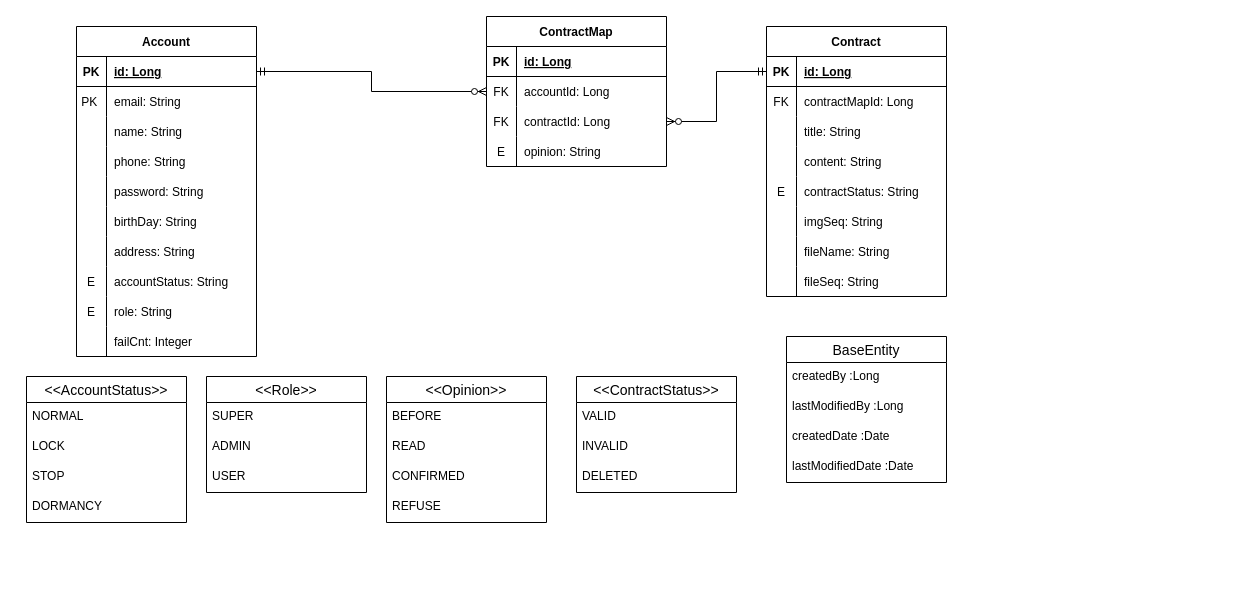
Above: withAPI.drawio in yline0808/withAPI (draw.io), before the change. Source tidied: cells renumbered, new cells numbered last; positions are measured from the earlier drawing's top-left corner, leaving out a move shared by most shapes. Both pictures are drawn from the tidied source at 100%, with x=0, y=0 at pixel (26, 16).
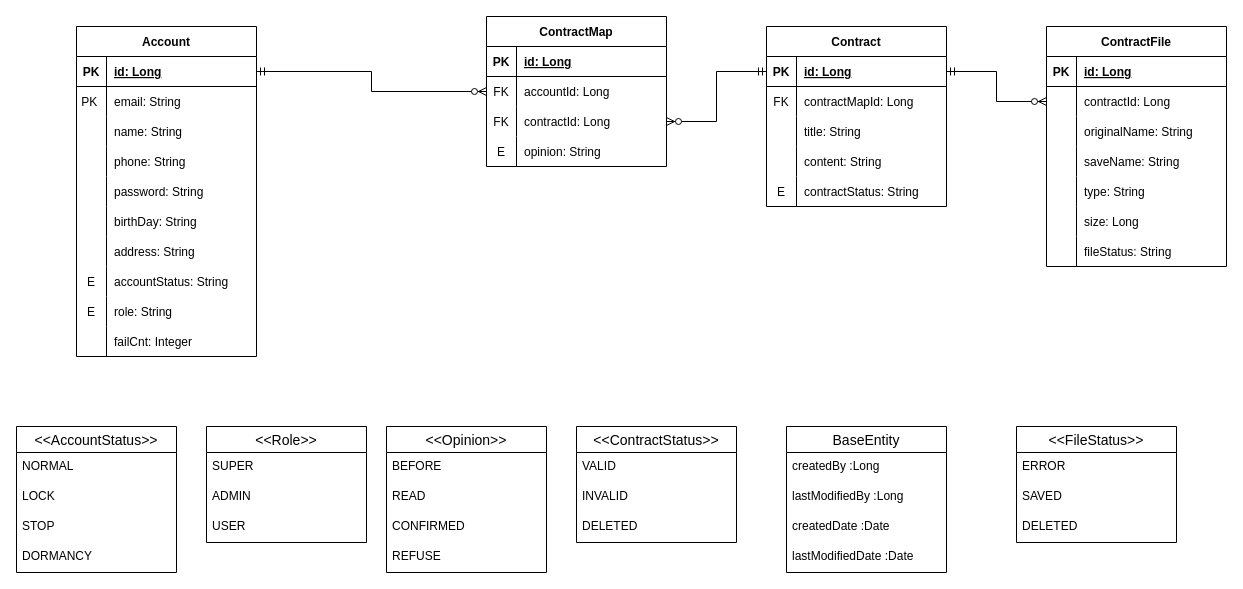
The same page after the edit.

The change refers to these unchanged cells:
```xml
<mxCell id="34" style="shape=tableRow;horizontal=0;startSize=0;swimlaneHead=0;swimlaneBody=0;fillColor=none;points=[[0,0.5],[1,0.5]];portConstraint=eastwest;top=0;left=0;right=0;bottom=1;" parent="33" vertex="1">
  <mxGeometry y="30" width="180" height="30" as="geometry" />
</mxCell>
```

What changed in the source:
```diff
@@
     <mxCell id="33" value="Contract" style="shape=table;startSize=30;childLayout=tableLayout;rowLines=0;fontStyle=1;align=center;" parent="1" vertex="1">
-      <mxGeometry x="740" y="10" width="180" height="270" as="geometry" />
+      <mxGeometry x="740" y="10" width="180" height="180" as="geometry" />
     </mxCell>
@@
-    <mxCell id="49" style="shape=tableRow;horizontal=0;startSize=0;swimlaneHead=0;swimlaneBody=0;fillColor=none;top=0;left=0;right=0;bottom=0;" parent="33" vertex="1">
-      <mxGeometry y="180" width="180" height="30" as="geometry" />
-    </mxCell>
-    <mxCell id="50" style="shape=partialRectangle;fillColor=none;top=0;left=0;bottom=0;right=0;overflow=hidden;" parent="49" vertex="1">
-      <mxGeometry width="30" height="30" as="geometry" />
-    </mxCell>
-    <mxCell id="51" value="imgSeq: String" style="shape=partialRectangle;fillColor=none;top=0;left=0;bottom=0;right=0;align=left;spacingLeft=6;overflow=hidden;" parent="49" vertex="1">
-      <mxGeometry x="30" width="150" height="30" as="geometry" />
-    </mxCell>
-    <mxCell id="52" style="shape=tableRow;horizontal=0;startSize=0;swimlaneHead=0;swimlaneBody=0;fillColor=none;top=0;left=0;right=0;bottom=0;" parent="33" vertex="1">
-      <mxGeometry y="210" width="180" height="30" as="geometry" />
-    </mxCell>
-    <mxCell id="53" style="shape=partialRectangle;fillColor=none;top=0;left=0;bottom=0;right=0;overflow=hidden;" parent="52" vertex="1">
-      <mxGeometry width="30" height="30" as="geometry" />
-    </mxCell>
-    <mxCell id="54" value="fileName: String" style="shape=partialRectangle;fillColor=none;top=0;left=0;bottom=0;right=0;align=left;spacingLeft=6;overflow=hidden;" parent="52" vertex="1">
-      <mxGeometry x="30" width="150" height="30" as="geometry" />
-    </mxCell>
-    <mxCell id="55" style="shape=tableRow;horizontal=0;startSize=0;swimlaneHead=0;swimlaneBody=0;fillColor=none;top=0;left=0;right=0;bottom=0;" parent="33" vertex="1">
-      <mxGeometry y="240" width="180" height="30" as="geometry" />
-    </mxCell>
-    <mxCell id="56" style="shape=partialRectangle;fillColor=none;top=0;left=0;bottom=0;right=0;overflow=hidden;" parent="55" vertex="1">
-      <mxGeometry width="30" height="30" as="geometry" />
-    </mxCell>
-    <mxCell id="57" value="fileSeq: String" style="shape=partialRectangle;fillColor=none;top=0;left=0;bottom=0;right=0;align=left;spacingLeft=6;overflow=hidden;" parent="55" vertex="1">
-      <mxGeometry x="30" width="150" height="30" as="geometry" />
-    </mxCell>
@@
     <mxCell id="73" value="BaseEntity" style="swimlane;fontStyle=0;horizontal=1;startSize=26;align=center;fontSize=14;" parent="1" vertex="1">
-      <mxGeometry x="760" y="320" width="160" height="146" as="geometry" />
+      <mxGeometry x="760" y="410" width="160" height="146" as="geometry" />
     </mxCell>
@@
     <mxCell id="78" value="&lt;&lt;AccountStatus&gt;&gt;" style="swimlane;fontStyle=0;horizontal=1;startSize=26;align=center;fontSize=14;" parent="1" vertex="1">
-      <mxGeometry y="360" width="160" height="146" as="geometry" />
+      <mxGeometry x="-10" y="410" width="160" height="146" as="geometry" />
     </mxCell>
@@
     <mxCell id="83" value="&lt;&lt;Role&gt;&gt;" style="swimlane;fontStyle=0;horizontal=1;startSize=26;align=center;fontSize=14;" parent="1" vertex="1">
-      <mxGeometry x="180" y="360" width="160" height="116" as="geometry" />
+      <mxGeometry x="180" y="410" width="160" height="116" as="geometry" />
     </mxCell>
@@
     <mxCell id="87" value="&lt;&lt;Opinion&gt;&gt;" style="swimlane;fontStyle=0;horizontal=1;startSize=26;align=center;fontSize=14;" parent="1" vertex="1">
-      <mxGeometry x="360" y="360" width="160" height="146" as="geometry" />
+      <mxGeometry x="360" y="410" width="160" height="146" as="geometry" />
     </mxCell>
@@
     <mxCell id="92" value="&lt;&lt;ContractStatus&gt;&gt;" style="swimlane;fontStyle=0;horizontal=1;startSize=26;align=center;fontSize=14;" parent="1" vertex="1">
-      <mxGeometry x="550" y="360" width="160" height="116" as="geometry" />
+      <mxGeometry x="550" y="410" width="160" height="116" as="geometry" />
     </mxCell>
@@
+    <mxCell id="96" value="ContractFile" style="shape=table;startSize=30;childLayout=tableLayout;rowLines=0;fontStyle=1;align=center;" parent="1" vertex="1">
+      <mxGeometry x="1020" y="10" width="180" height="240" as="geometry" />
+    </mxCell>
+    <mxCell id="97" style="shape=tableRow;horizontal=0;startSize=0;swimlaneHead=0;swimlaneBody=0;fillColor=none;top=0;left=0;right=0;bottom=1;" parent="96" vertex="1">
+      <mxGeometry y="30" width="180" height="30" as="geometry" />
+    </mxCell>
+    <mxCell id="98" value="PK" style="shape=partialRectangle;fillColor=none;top=0;left=0;bottom=0;right=0;fontStyle=1;overflow=hidden;" parent="97" vertex="1">
+      <mxGeometry width="30" height="30" as="geometry" />
+    </mxCell>
+    <mxCell id="99" value="id: Long" style="shape=partialRectangle;fillColor=none;top=0;left=0;bottom=0;right=0;align=left;spacingLeft=6;fontStyle=5;overflow=hidden;" parent="97" vertex="1">
+      <mxGeometry x="30" width="150" height="30" as="geometry" />
+    </mxCell>
+    <mxCell id="100" style="shape=tableRow;horizontal=0;startSize=0;swimlaneHead=0;swimlaneBody=0;fillColor=none;points=[[0,0.5],[1,0.5]];portConstraint=eastwest;top=0;left=0;right=0;bottom=0;" parent="96" vertex="1">
+      <mxGeometry y="60" width="180" height="30" as="geometry" />
+    </mxCell>
+    <mxCell id="101" style="shape=partialRectangle;fillColor=none;top=0;left=0;bottom=0;right=0;overflow=hidden;" parent="100" vertex="1">
+      <mxGeometry width="30" height="30" as="geometry" />
+    </mxCell>
+    <mxCell id="102" value="contractId: Long" style="shape=partialRectangle;fillColor=none;top=0;left=0;bottom=0;right=0;align=left;spacingLeft=6;overflow=hidden;" parent="100" vertex="1">
+      <mxGeometry x="30" width="150" height="30" as="geometry" />
+    </mxCell>
+    <mxCell id="103" style="shape=tableRow;horizontal=0;startSize=0;swimlaneHead=0;swimlaneBody=0;fillColor=none;top=0;left=0;right=0;bottom=0;" parent="96" vertex="1">
+      <mxGeometry y="90" width="180" height="30" as="geometry" />
+    </mxCell>
+    <mxCell id="104" style="shape=partialRectangle;fillColor=none;top=0;left=0;bottom=0;right=0;overflow=hidden;" parent="103" vertex="1">
+      <mxGeometry width="30" height="30" as="geometry" />
+    </mxCell>
+    <mxCell id="105" value="originalName: String" style="shape=partialRectangle;fillColor=none;top=0;left=0;bottom=0;right=0;align=left;spacingLeft=6;overflow=hidden;" parent="103" vertex="1">
+      <mxGeometry x="30" width="150" height="30" as="geometry" />
+    </mxCell>
+    <mxCell id="106" style="shape=tableRow;horizontal=0;startSize=0;swimlaneHead=0;swimlaneBody=0;fillColor=none;top=0;left=0;right=0;bottom=0;" parent="96" vertex="1">
+      <mxGeometry y="120" width="180" height="30" as="geometry" />
+    </mxCell>
+    <mxCell id="107" style="shape=partialRectangle;fillColor=none;top=0;left=0;bottom=0;right=0;overflow=hidden;" parent="106" vertex="1">
+      <mxGeometry width="30" height="30" as="geometry" />
+    </mxCell>
+    <mxCell id="108" value="saveName: String" style="shape=partialRectangle;fillColor=none;top=0;left=0;bottom=0;right=0;align=left;spacingLeft=6;overflow=hidden;" parent="106" vertex="1">
+      <mxGeometry x="30" width="150" height="30" as="geometry" />
+    </mxCell>
+    <mxCell id="109" style="shape=tableRow;horizontal=0;startSize=0;swimlaneHead=0;swimlaneBody=0;fillColor=none;top=0;left=0;right=0;bottom=0;" parent="96" vertex="1">
+      <mxGeometry y="150" width="180" height="30" as="geometry" />
+    </mxCell>
+    <mxCell id="110" style="shape=partialRectangle;fillColor=none;top=0;left=0;bottom=0;right=0;overflow=hidden;" parent="109" vertex="1">
+      <mxGeometry width="30" height="30" as="geometry" />
+    </mxCell>
+    <mxCell id="111" value="type: String" style="shape=partialRectangle;fillColor=none;top=0;left=0;bottom=0;right=0;align=left;spacingLeft=6;overflow=hidden;" parent="109" vertex="1">
+      <mxGeometry x="30" width="150" height="30" as="geometry" />
+    </mxCell>
+    <mxCell id="49" style="shape=tableRow;horizontal=0;startSize=0;swimlaneHead=0;swimlaneBody=0;fillColor=none;top=0;left=0;right=0;bottom=0;" parent="96" vertex="1">
+      <mxGeometry y="180" width="180" height="30" as="geometry" />
+    </mxCell>
+    <mxCell id="112" style="shape=partialRectangle;fillColor=none;top=0;left=0;bottom=0;right=0;overflow=hidden;" parent="49" vertex="1">
+      <mxGeometry width="30" height="30" as="geometry" />
+    </mxCell>
+    <mxCell id="113" value="size: Long" style="shape=partialRectangle;fillColor=none;top=0;left=0;bottom=0;right=0;align=left;spacingLeft=6;overflow=hidden;" parent="49" vertex="1">
+      <mxGeometry x="30" width="150" height="30" as="geometry" />
+    </mxCell>
+    <mxCell id="52" style="shape=tableRow;horizontal=0;startSize=0;swimlaneHead=0;swimlaneBody=0;fillColor=none;top=0;left=0;right=0;bottom=0;" parent="96" vertex="1">
+      <mxGeometry y="210" width="180" height="30" as="geometry" />
+    </mxCell>
+    <mxCell id="114" style="shape=partialRectangle;fillColor=none;top=0;left=0;bottom=0;right=0;overflow=hidden;" parent="52" vertex="1">
+      <mxGeometry width="30" height="30" as="geometry" />
+    </mxCell>
+    <mxCell id="115" value="fileStatus: String" style="shape=partialRectangle;fillColor=none;top=0;left=0;bottom=0;right=0;align=left;spacingLeft=6;overflow=hidden;" parent="52" vertex="1">
+      <mxGeometry x="30" width="150" height="30" as="geometry" />
+    </mxCell>
+    <mxCell id="116" style="edgeStyle=orthogonalEdgeStyle;fontSize=12;html=1;endArrow=ERzeroToMany;startArrow=ERmandOne;rounded=0;exitX=1;exitY=0.5;exitDx=0;exitDy=0;entryX=0;entryY=0.5;entryDx=0;entryDy=0;" parent="1" edge="1" source="34" target="100">
+      <mxGeometry relative="1" as="geometry" />
+    </mxCell>
+    <mxCell id="117" value="&lt;&lt;FileStatus&gt;&gt;" style="swimlane;fontStyle=0;horizontal=1;startSize=26;align=center;fontSize=14;" parent="1" vertex="1">
+      <mxGeometry x="990" y="410" width="160" height="116" as="geometry" />
+    </mxCell>
+    <mxCell id="118" value="ERROR" style="text;strokeColor=none;fillColor=none;spacingLeft=4;spacingRight=4;overflow=hidden;fontSize=12;" parent="117" vertex="1">
+      <mxGeometry y="26" width="160" height="30" as="geometry" />
+    </mxCell>
+    <mxCell id="119" value="SAVED" style="text;strokeColor=none;fillColor=none;spacingLeft=4;spacingRight=4;overflow=hidden;fontSize=12;" parent="117" vertex="1">
+      <mxGeometry y="56" width="160" height="30" as="geometry" />
+    </mxCell>
+    <mxCell id="120" value="DELETED" style="text;strokeColor=none;fillColor=none;spacingLeft=4;spacingRight=4;overflow=hidden;fontSize=12;" parent="117" vertex="1">
+      <mxGeometry y="86" width="160" height="30" as="geometry" />
+    </mxCell>
```
